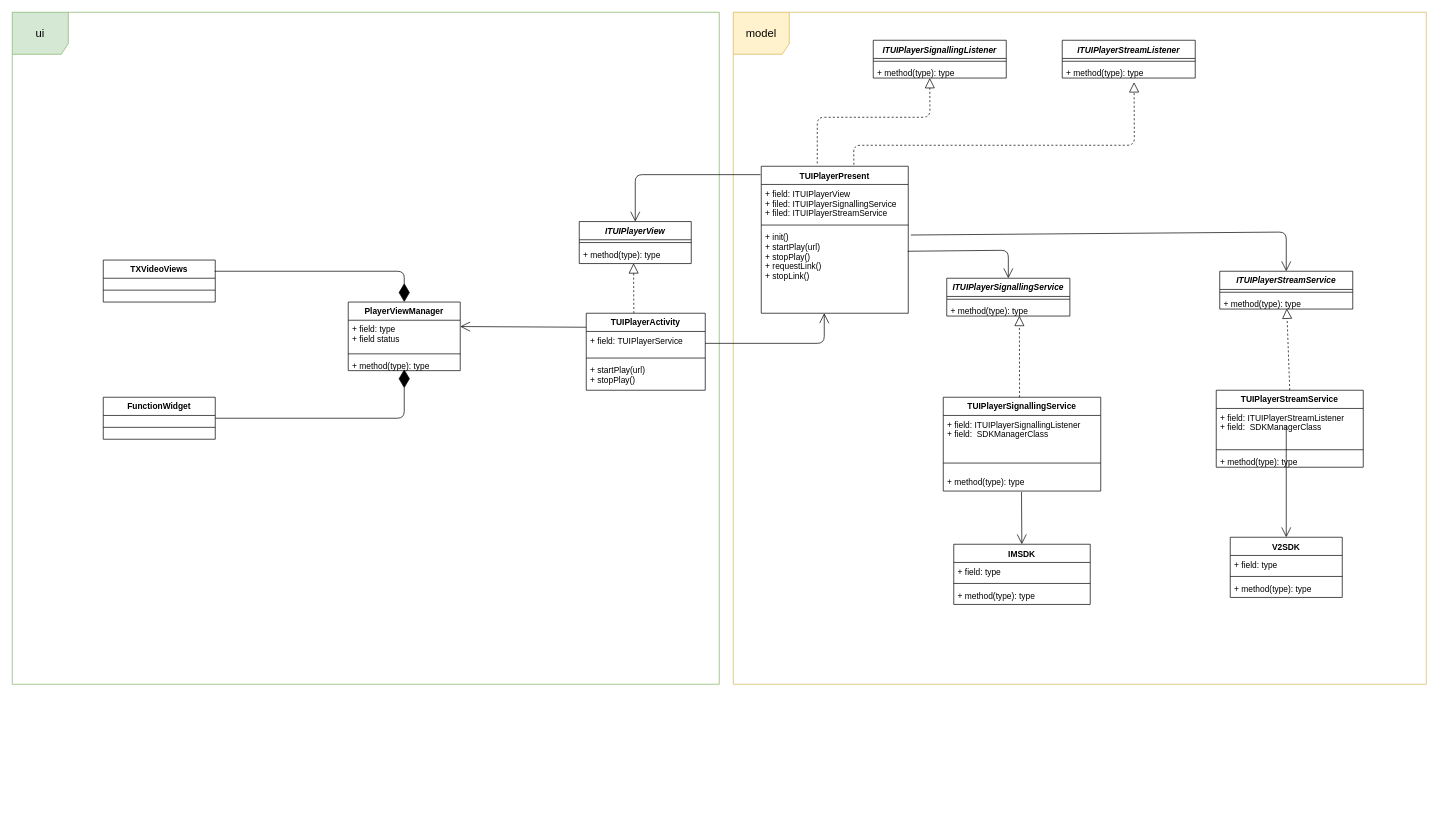
Earlier version of the draw.io diagram diagrams/TUIPlayer.drawio (paopaosecret/resources). Source tidied: cells renumbered, new cells numbered last; positions are measured from the earlier drawing's top-left corner, leaving out a move shared by most shapes. Both pictures are drawn from the tidied source at 70%, with x=0, y=0 at pixel (12, 12).
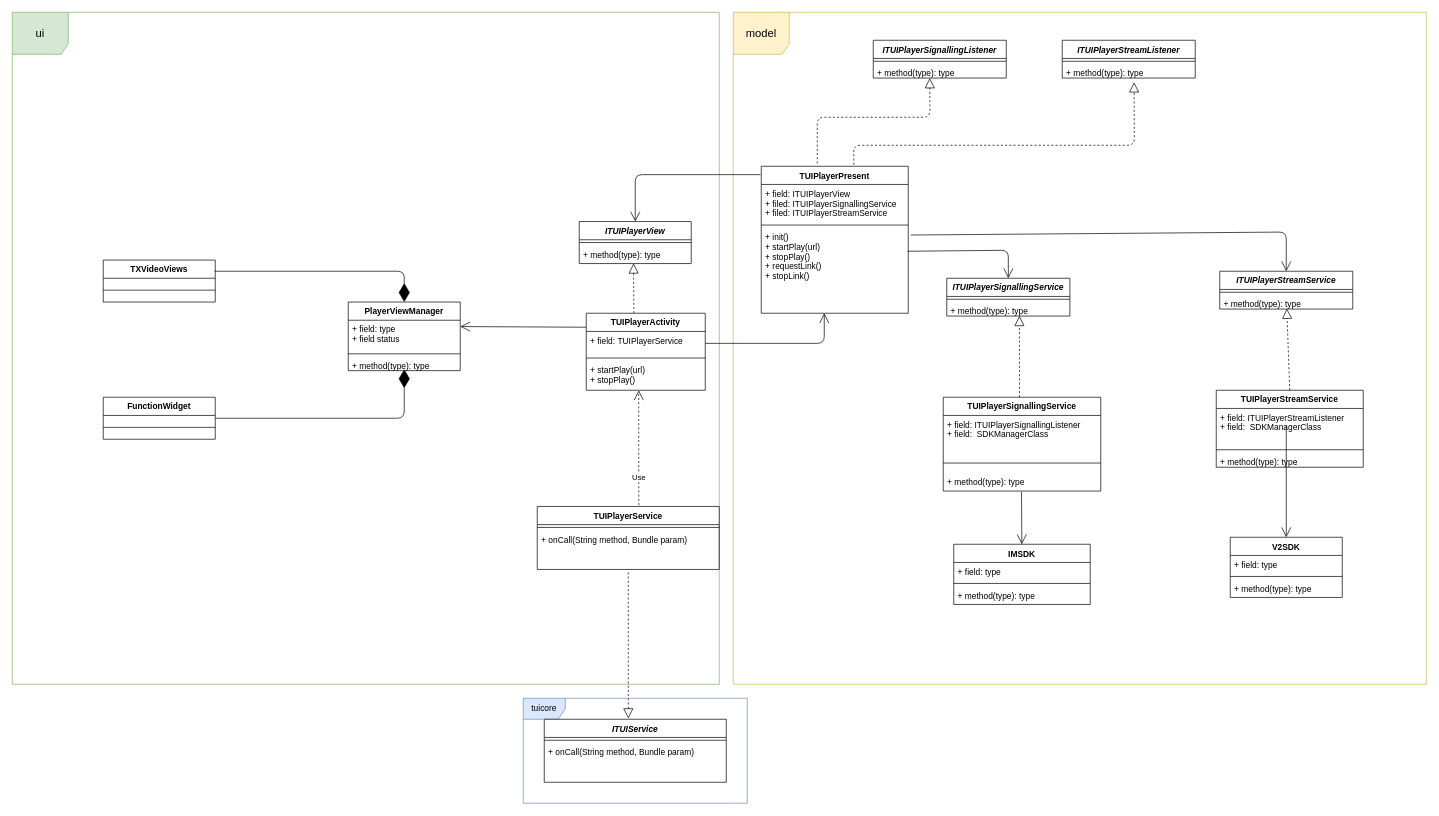
The same diagram, later.

Diff of the diagram source:
```diff
@@
+    <mxCell id="65" value="tuicore" style="shape=umlFrame;whiteSpace=wrap;html=1;fillColor=#dae8fc;strokeColor=#6c8ebf;" parent="1" vertex="1">
+      <mxGeometry x="730" y="980" width="320" height="150" as="geometry" />
+    </mxCell>
+    <mxCell id="66" value="TUIPlayerService" style="swimlane;fontStyle=1;align=center;verticalAlign=top;horizontal=1;startSize=26;" parent="1" vertex="1">
+      <mxGeometry x="750" y="706" width="260" height="90" as="geometry" />
+    </mxCell>
+    <mxCell id="67" style="line;strokeWidth=1;fillColor=none;align=left;verticalAlign=middle;spacingTop=-1;spacingLeft=3;spacingRight=3;labelPosition=right;" parent="66" vertex="1">
+      <mxGeometry y="26" width="260" height="8" as="geometry" />
+    </mxCell>
+    <mxCell id="68" value="+ onCall(String method, Bundle param)" style="text;strokeColor=none;fillColor=none;align=left;verticalAlign=top;spacingLeft=4;spacingRight=4;overflow=hidden;" parent="66" vertex="1">
+      <mxGeometry y="34" width="260" height="56" as="geometry" />
+    </mxCell>
+    <mxCell id="69" value="Use" style="endArrow=open;endSize=12;dashed=1;html=1;entryX=0.5;entryY=1.049;entryDx=0;entryDy=0;entryPerimeter=0;exitX=0.558;exitY=-0.022;exitDx=0;exitDy=0;exitPerimeter=0;" parent="1" edge="1" source="66">
+      <mxGeometry x="-0.53" relative="1" as="geometry">
+        <mxPoint x="895" y="540" as="targetPoint" />
+        <Array as="points">
+          <mxPoint x="895" y="626" />
+        </Array>
+      </mxGeometry>
+    </mxCell>
+    <mxCell id="70" style="endArrow=block;dashed=1;endFill=0;endSize=12;html=1;entryX=0.462;entryY=-0.011;entryDx=0;entryDy=0;entryPerimeter=0;" parent="1" edge="1" target="71">
+      <mxGeometry relative="1" as="geometry">
+        <mxPoint x="880" y="800" as="sourcePoint" />
+      </mxGeometry>
+    </mxCell>
+    <mxCell id="71" value="ITUIService" style="swimlane;fontStyle=3;align=center;verticalAlign=top;horizontal=1;startSize=26;" parent="1" vertex="1">
+      <mxGeometry x="760" y="1010" width="260" height="90" as="geometry" />
+    </mxCell>
+    <mxCell id="72" style="line;strokeWidth=1;fillColor=none;align=left;verticalAlign=middle;spacingTop=-1;spacingLeft=3;spacingRight=3;labelPosition=right;" parent="71" vertex="1">
+      <mxGeometry y="26" width="260" height="8" as="geometry" />
+    </mxCell>
+    <mxCell id="73" value="+ onCall(String method, Bundle param)" style="text;strokeColor=none;fillColor=none;align=left;verticalAlign=top;spacingLeft=4;spacingRight=4;overflow=hidden;" parent="71" vertex="1">
+      <mxGeometry y="34" width="260" height="56" as="geometry" />
+    </mxCell>
```
